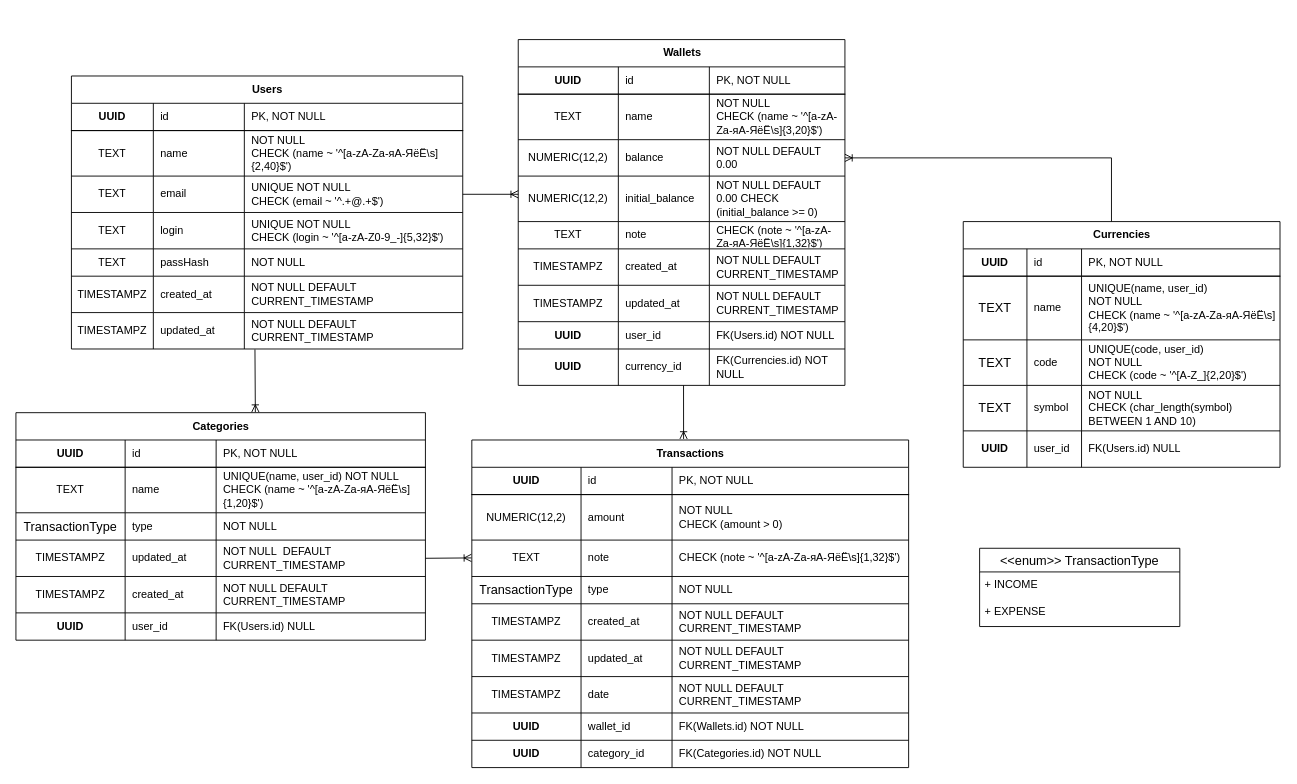
Before: docs/ER diagram DB.drawio in sopkodioni/financecheck, a draw.io diagram. Source tidied: cells renumbered, new cells numbered last; positions are measured from the earlier drawing's top-left corner, leaving out a move shared by most shapes. Both pictures are drawn from the tidied source at 91%, with x=0, y=0 at pixel (15, 39).
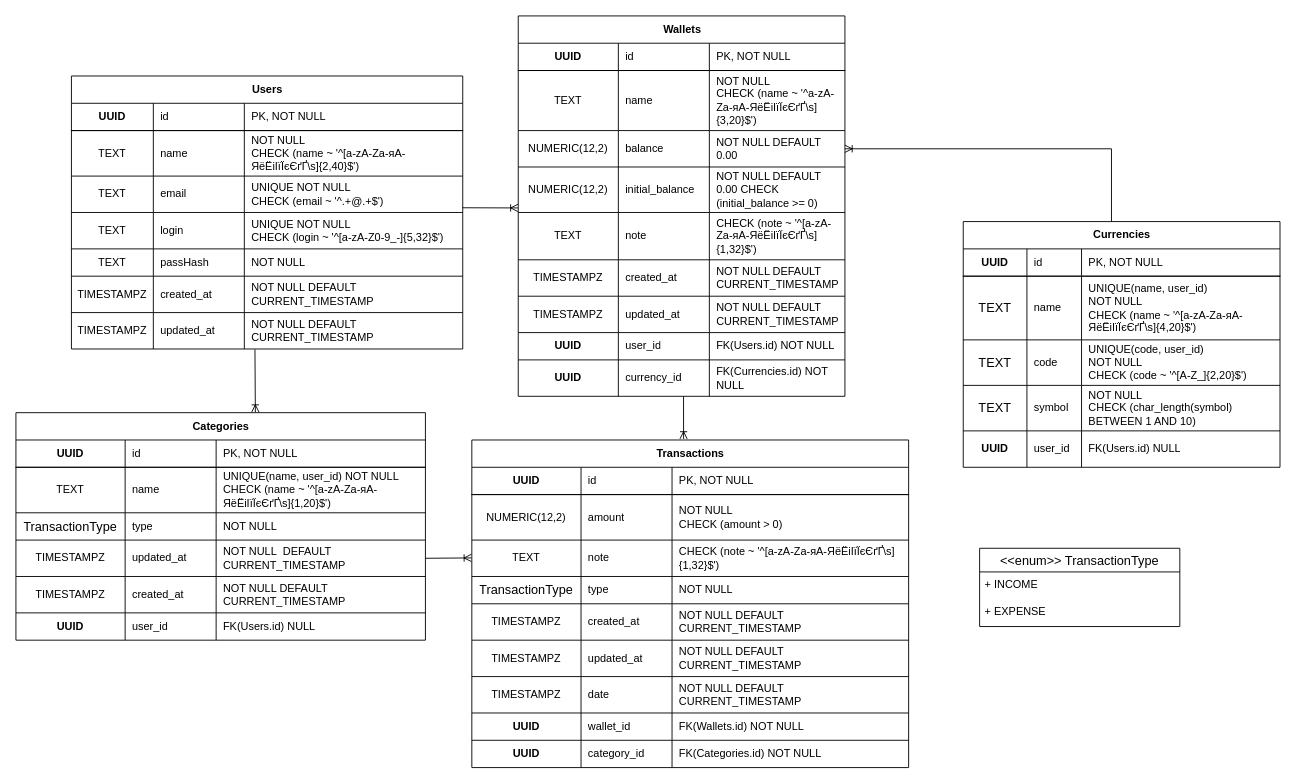
The same diagram, later.

Commit message (it also covers changes not shown here):
docs(erd): update string validation rules to support ukrainian language

Unchanged cells that the change refers to:
```xml
<mxCell id="44" style="shape=tableRow;horizontal=0;startSize=0;swimlaneHead=0;swimlaneBody=0;fillColor=none;top=0;left=0;right=0;bottom=0;" parent="39" vertex="1">
  <mxGeometry y="60" width="430" height="50" as="geometry" />
</mxCell>
<mxCell id="48" style="shape=tableRow;horizontal=0;startSize=0;swimlaneHead=0;swimlaneBody=0;fillColor=none;points=[[0,0.5],[1,0.5]];portConstraint=eastwest;top=0;left=0;right=0;bottom=0;" parent="39" vertex="1">
  <mxGeometry y="110" width="430" height="40" as="geometry" />
</mxCell>
<mxCell id="77" style="shape=tableRow;horizontal=0;startSize=0;swimlaneHead=0;swimlaneBody=0;fillColor=none;points=[[0,0.5],[1,0.5]];portConstraint=eastwest;top=0;left=0;right=0;bottom=0;" parent="68" vertex="1">
  <mxGeometry y="110" width="480" height="40" as="geometry" />
</mxCell>
<mxCell id="110" style="shape=tableRow;horizontal=0;startSize=0;swimlaneHead=0;swimlaneBody=0;fillColor=none;top=0;left=0;right=0;bottom=0;" parent="105" vertex="1">
  <mxGeometry y="60" width="348.1" height="70" as="geometry" />
</mxCell>
<mxCell id="131" style="shape=tableRow;horizontal=0;startSize=0;swimlaneHead=0;swimlaneBody=0;fillColor=none;top=0;left=0;right=0;bottom=0;" parent="126" vertex="1">
  <mxGeometry y="60" width="450" height="50" as="geometry" />
</mxCell>
```

Diff of the diagram source:
```diff
@@
     <mxCell id="2" value="Wallets" style="shape=table;startSize=30;childLayout=tableLayout;rowLines=1;fontStyle=1;align=center;html=1;" parent="1" vertex="1">
-      <mxGeometry x="552" width="359" height="380" as="geometry" />
+      <mxGeometry x="552" y="-26" width="359" height="418" as="geometry" />
     </mxCell>
@@
     <mxCell id="7" style="shape=tableRow;horizontal=0;startSize=0;swimlaneHead=0;swimlaneBody=0;fillColor=none;top=0;left=0;right=0;bottom=0;" parent="2" vertex="1">
-      <mxGeometry y="60" width="359" height="50" as="geometry" />
+      <mxGeometry y="60" width="359" height="66" as="geometry" />
     </mxCell>
     <mxCell id="8" value="TEXT" style="shape=partialRectangle;fillColor=none;top=0;left=0;bottom=0;right=0;overflow=hidden;whiteSpace=wrap;html=1;" parent="7" vertex="1">
-      <mxGeometry width="110" height="50" as="geometry" />
+      <mxGeometry width="110" height="66" as="geometry" />
     </mxCell>
     <mxCell id="9" value="name" style="shape=partialRectangle;fillColor=none;top=0;left=0;bottom=0;right=0;align=left;spacingLeft=6;overflow=hidden;whiteSpace=wrap;html=1;" parent="7" vertex="1">
-      <mxGeometry x="110" width="100" height="50" as="geometry" />
+      <mxGeometry x="110" width="100" height="66" as="geometry" />
     </mxCell>
-    <mxCell id="10" value="NOT NULL&lt;br&gt;CHECK (name ~ '^[a-zA-Zа-яА-ЯёЁ\s]{3,20}$')" style="shape=partialRectangle;fillColor=none;top=0;left=0;bottom=0;right=0;align=left;spacingLeft=6;overflow=hidden;whiteSpace=wrap;html=1;" parent="7" vertex="1">
-      <mxGeometry x="210" width="149" height="50" as="geometry" />
+    <mxCell id="10" value="NOT NULL&lt;br&gt;CHECK (name ~ '^a-zA-Zа-яА-ЯёЁіІїЇєЄґҐ\s]{3,20}$')" style="shape=partialRectangle;fillColor=none;top=0;left=0;bottom=0;right=0;align=left;spacingLeft=6;overflow=hidden;whiteSpace=wrap;html=1;" parent="7" vertex="1">
+      <mxGeometry x="210" width="149" height="66" as="geometry" />
     </mxCell>
     <mxCell id="11" style="shape=tableRow;horizontal=0;startSize=0;swimlaneHead=0;swimlaneBody=0;fillColor=none;points=[[0,0.5],[1,0.5]];portConstraint=eastwest;top=0;left=0;right=0;bottom=0;" parent="2" vertex="1">
-      <mxGeometry y="110" width="359" height="40" as="geometry" />
+      <mxGeometry y="126" width="359" height="40" as="geometry" />
     </mxCell>
@@
     <mxCell id="15" style="shape=tableRow;horizontal=0;startSize=0;swimlaneHead=0;swimlaneBody=0;fillColor=none;points=[[0,0.5],[1,0.5]];portConstraint=eastwest;top=0;left=0;right=0;bottom=0;" parent="2" vertex="1">
-      <mxGeometry y="150" width="359" height="50" as="geometry" />
+      <mxGeometry y="166" width="359" height="50" as="geometry" />
     </mxCell>
@@
     <mxCell id="19" style="shape=tableRow;horizontal=0;startSize=0;swimlaneHead=0;swimlaneBody=0;fillColor=none;top=0;left=0;right=0;bottom=0;" parent="2" vertex="1">
-      <mxGeometry y="200" width="359" height="30" as="geometry" />
+      <mxGeometry y="216" width="359" height="52" as="geometry" />
     </mxCell>
     <mxCell id="20" value="TEXT" style="shape=partialRectangle;fillColor=none;top=0;left=0;bottom=0;right=0;overflow=hidden;whiteSpace=wrap;html=1;" parent="19" vertex="1">
-      <mxGeometry width="110" height="30" as="geometry" />
+      <mxGeometry width="110" height="52" as="geometry" />
     </mxCell>
     <mxCell id="21" value="note" style="shape=partialRectangle;fillColor=none;top=0;left=0;bottom=0;right=0;align=left;spacingLeft=6;overflow=hidden;whiteSpace=wrap;html=1;" parent="19" vertex="1">
-      <mxGeometry x="110" width="100" height="30" as="geometry" />
+      <mxGeometry x="110" width="100" height="52" as="geometry" />
     </mxCell>
-    <mxCell id="22" value="CHECK (note ~ '^[a-zA-Zа-яА-ЯёЁ\s]{1,32}$')" style="shape=partialRectangle;fillColor=none;top=0;left=0;bottom=0;right=0;align=left;spacingLeft=6;overflow=hidden;whiteSpace=wrap;html=1;" parent="19" vertex="1">
-      <mxGeometry x="210" width="149" height="30" as="geometry" />
+    <mxCell id="22" value="CHECK (note ~ '^[a-zA-Zа-яА-ЯёЁіІїЇєЄґҐ\s]{1,32}$')" style="shape=partialRectangle;fillColor=none;top=0;left=0;bottom=0;right=0;align=left;spacingLeft=6;overflow=hidden;whiteSpace=wrap;html=1;" parent="19" vertex="1">
+      <mxGeometry x="210" width="149" height="52" as="geometry" />
     </mxCell>
     <mxCell id="23" style="shape=tableRow;horizontal=0;startSize=0;swimlaneHead=0;swimlaneBody=0;fillColor=none;top=0;left=0;right=0;bottom=0;" parent="2" vertex="1">
-      <mxGeometry y="230" width="359" height="40" as="geometry" />
+      <mxGeometry y="268" width="359" height="40" as="geometry" />
     </mxCell>
@@
     <mxCell id="27" style="shape=tableRow;horizontal=0;startSize=0;swimlaneHead=0;swimlaneBody=0;fillColor=none;top=0;left=0;right=0;bottom=0;" parent="2" vertex="1">
-      <mxGeometry y="270" width="359" height="40" as="geometry" />
+      <mxGeometry y="308" width="359" height="40" as="geometry" />
     </mxCell>
@@
     <mxCell id="31" style="shape=tableRow;horizontal=0;startSize=0;swimlaneHead=0;swimlaneBody=0;fillColor=none;top=0;left=0;right=0;bottom=0;" parent="2" vertex="1">
-      <mxGeometry y="310" width="359" height="30" as="geometry" />
+      <mxGeometry y="348" width="359" height="30" as="geometry" />
     </mxCell>
@@
     <mxCell id="35" style="shape=tableRow;horizontal=0;startSize=0;swimlaneHead=0;swimlaneBody=0;fillColor=none;points=[[0,0.5],[1,0.5]];portConstraint=eastwest;top=0;left=0;right=0;bottom=0;" parent="2" vertex="1">
-      <mxGeometry y="340" width="359" height="40" as="geometry" />
+      <mxGeometry y="378" width="359" height="40" as="geometry" />
     </mxCell>
@@
-    <mxCell id="47" value="NOT NULL&lt;br&gt;CHECK (name ~ '^[a-zA-Zа-яА-ЯёЁ\s]{2,40}$')" style="shape=partialRectangle;fillColor=none;top=0;left=0;bottom=0;right=0;align=left;spacingLeft=6;overflow=hidden;whiteSpace=wrap;html=1;" parent="44" vertex="1">
+    <mxCell id="47" value="NOT NULL&lt;br&gt;CHECK (name ~ '^[a-zA-Zа-яА-ЯёЁіІїЇєЄґҐ\s]{2,40}$')" style="shape=partialRectangle;fillColor=none;top=0;left=0;bottom=0;right=0;align=left;spacingLeft=6;overflow=hidden;whiteSpace=wrap;html=1;" parent="44" vertex="1">
       <mxGeometry x="190" width="240" height="50" as="geometry" />
     </mxCell>
@@
-    <mxCell id="80" value="CHECK (note ~ '^[a-zA-Zа-яА-ЯёЁ\s]{1,32}$')" style="shape=partialRectangle;fillColor=none;top=0;left=0;bottom=0;right=0;align=left;spacingLeft=6;overflow=hidden;whiteSpace=wrap;html=1;" parent="77" vertex="1">
+    <mxCell id="80" value="CHECK (note ~ '^[a-zA-Zа-яА-ЯёЁіІїЇєЄґҐ\s]{1,32}$')" style="shape=partialRectangle;fillColor=none;top=0;left=0;bottom=0;right=0;align=left;spacingLeft=6;overflow=hidden;whiteSpace=wrap;html=1;" parent="77" vertex="1">
       <mxGeometry x="220" width="260" height="40" as="geometry" />
     </mxCell>
@@
-    <mxCell id="113" value="UNIQUE(name, user_id)&lt;div&gt;NOT NULL&amp;nbsp;&lt;br&gt;CHECK (name ~&amp;nbsp;'^[a-zA-Zа-яА-ЯёЁ\s]{4,20}$')&lt;/div&gt;" style="shape=partialRectangle;fillColor=none;top=0;left=0;bottom=0;right=0;align=left;spacingLeft=6;overflow=hidden;whiteSpace=wrap;html=1;" parent="110" vertex="1">
+    <mxCell id="113" value="UNIQUE(name, user_id)&lt;div&gt;NOT NULL&amp;nbsp;&lt;br&gt;CHECK (name ~&amp;nbsp;'^[a-zA-Zа-яА-ЯёЁіІїЇєЄґҐ\s]{4,20}$')&lt;/div&gt;" style="shape=partialRectangle;fillColor=none;top=0;left=0;bottom=0;right=0;align=left;spacingLeft=6;overflow=hidden;whiteSpace=wrap;html=1;" parent="110" vertex="1">
       <mxGeometry x="130" width="218.1" height="70" as="geometry" />
     </mxCell>
@@
-    <mxCell id="134" value="UNIQUE(name, user_id)&amp;nbsp;NOT NULL&lt;br&gt;CHECK (name ~ '^[a-zA-Zа-яА-ЯёЁ\s]{1,20}$')&amp;nbsp;" style="shape=partialRectangle;fillColor=none;top=0;left=0;bottom=0;right=0;align=left;spacingLeft=6;overflow=hidden;whiteSpace=wrap;html=1;" parent="131" vertex="1">
+    <mxCell id="134" value="UNIQUE(name, user_id)&amp;nbsp;NOT NULL&lt;br&gt;CHECK (name ~ '^[a-zA-Zа-яА-ЯёЁіІїЇєЄґҐ\s]{1,20}$')&amp;nbsp;" style="shape=partialRectangle;fillColor=none;top=0;left=0;bottom=0;right=0;align=left;spacingLeft=6;overflow=hidden;whiteSpace=wrap;html=1;" parent="131" vertex="1">
       <mxGeometry x="220" width="230" height="50" as="geometry" />
     </mxCell>
@@
-    <mxCell id="154" style="fontSize=12;html=1;endArrow=ERoneToMany;rounded=0;exitX=1;exitY=0.5;exitDx=0;exitDy=0;entryX=0;entryY=0.4;entryDx=0;entryDy=0;entryPerimeter=0;" parent="1" edge="1" target="15">
-      <mxGeometry relative="1" as="geometry">
-        <mxPoint x="491" y="170" as="sourcePoint" />
-      </mxGeometry>
+    <mxCell id="154" style="fontSize=12;html=1;endArrow=ERoneToMany;rounded=0;exitX=0.999;exitY=0.87;exitDx=0;exitDy=0;entryX=-0.001;entryY=0.9;entryDx=0;entryDy=0;entryPerimeter=0;exitPerimeter=0;" parent="1" edge="1" source="48" target="15">
+      <mxGeometry relative="1" as="geometry" />
     </mxCell>
```
